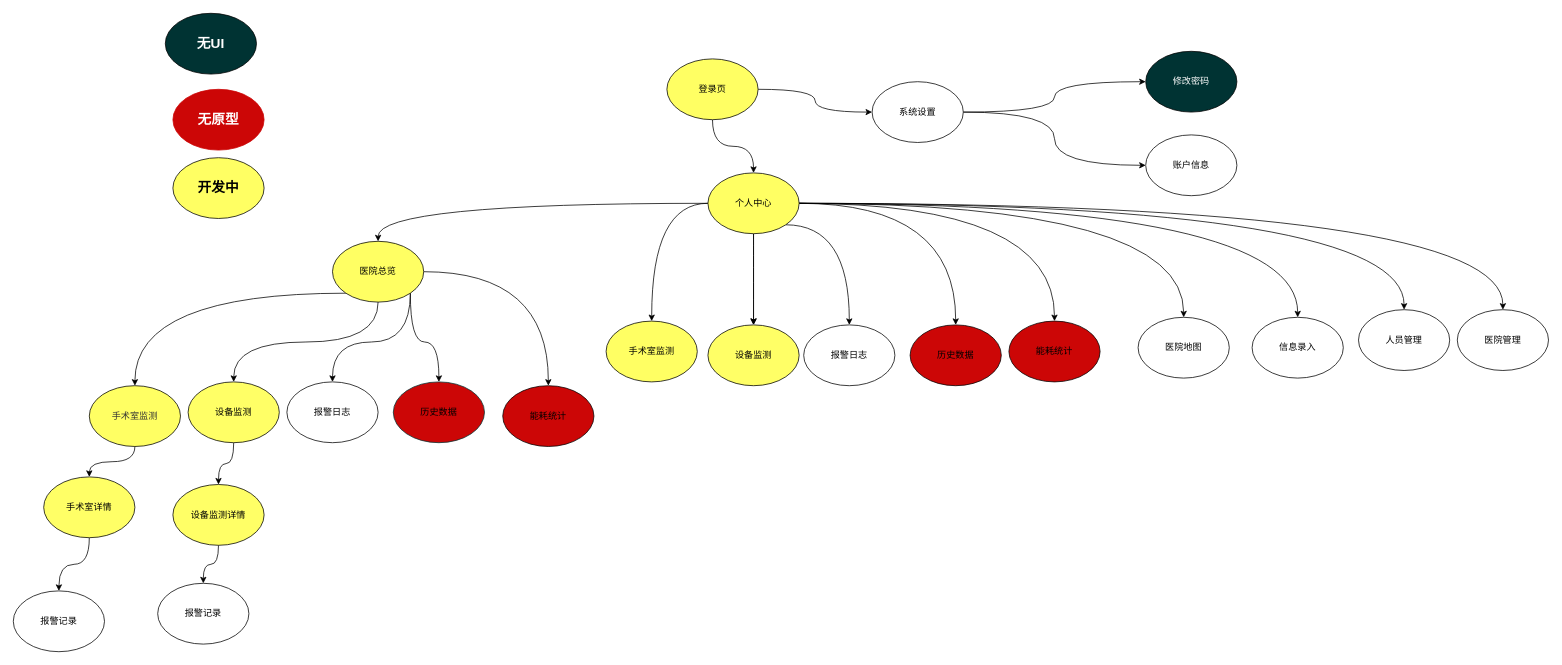
This is 未命名绘图.drawio from linround/2022, a draw.io file, before an edit. Source tidied: cells renumbered, new cells numbered last; positions are measured from the earlier drawing's top-left corner, leaving out a move shared by most shapes. Both pictures are drawn from the tidied source at 76%, with x=0, y=0 at pixel (13, 13).
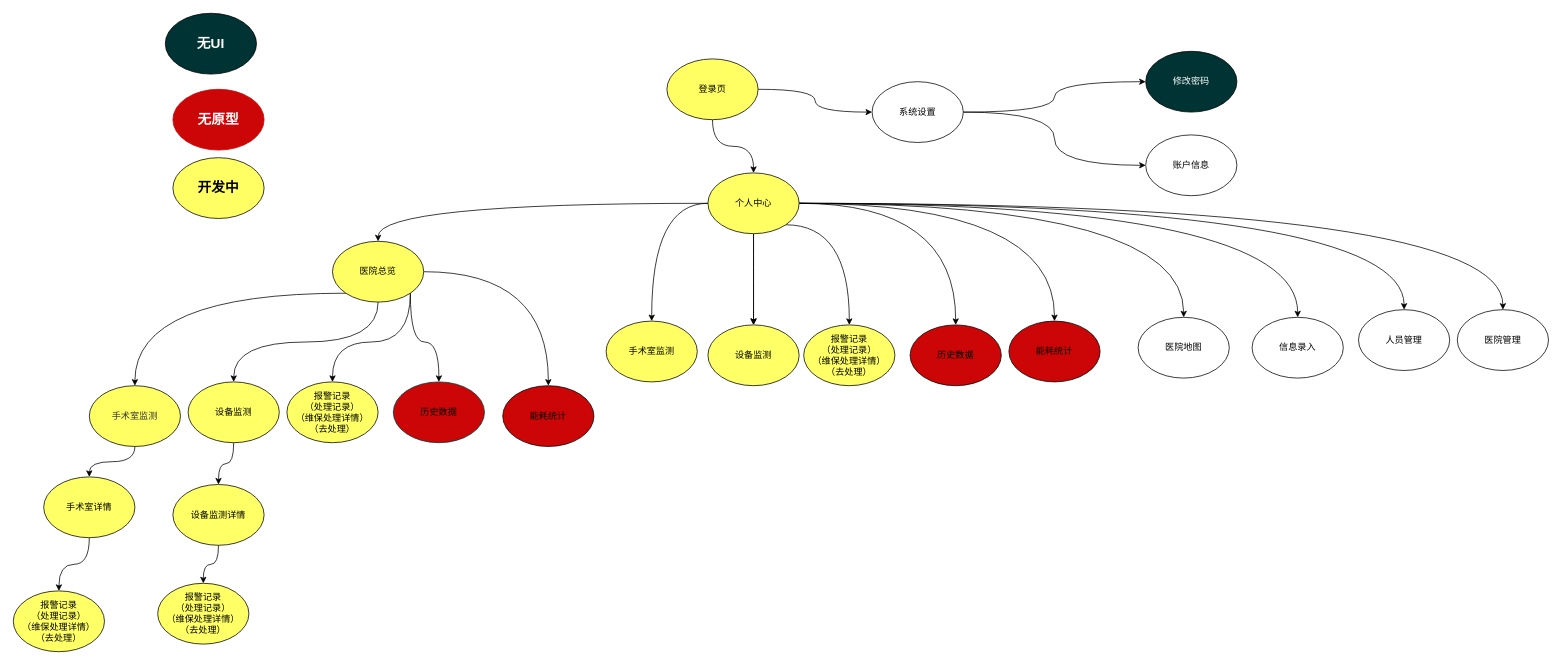
After the change.

Commit message:
更新未命名绘图.drawio

What changed in the source:
```diff
@@
-    <mxCell id="25" value="报警日志" style="ellipse;whiteSpace=wrap;html=1;fillColor=default;" parent="1" vertex="1">
+    <mxCell id="25" value="报警记录&lt;br&gt;（处理记录）&lt;br&gt;（维保处理详情）&lt;br&gt;（去处理）" style="ellipse;whiteSpace=wrap;html=1;fillColor=#FFFF66;" parent="1" vertex="1">
       <mxGeometry x="360" y="485" width="120" height="80" as="geometry" />
     </mxCell>
@@
-    <mxCell id="30" value="报警记录" style="ellipse;whiteSpace=wrap;html=1;" parent="1" vertex="1">
+    <mxCell id="30" value="报警记录&lt;br&gt;（处理记录）&lt;br&gt;（维保处理详情）&lt;br&gt;（去处理）" style="ellipse;whiteSpace=wrap;html=1;fillColor=#FFFF66;" parent="1" vertex="1">
       <mxGeometry y="760" width="120" height="80" as="geometry" />
     </mxCell>
@@
-    <mxCell id="33" value="报警记录" style="ellipse;whiteSpace=wrap;html=1;" parent="1" vertex="1">
+    <mxCell id="33" value="报警记录&lt;br&gt;（处理记录）&lt;br&gt;（维保处理详情）&lt;br&gt;（去处理）" style="ellipse;whiteSpace=wrap;html=1;fillColor=#FFFF66;" parent="1" vertex="1">
       <mxGeometry x="190" y="750" width="120" height="80" as="geometry" />
     </mxCell>
@@
-    <mxCell id="36" value="报警日志" style="ellipse;whiteSpace=wrap;html=1;" parent="1" vertex="1">
+    <mxCell id="36" value="报警记录&lt;br&gt;（处理记录）&lt;br&gt;（维保处理详情）&lt;br&gt;（去处理）" style="ellipse;whiteSpace=wrap;html=1;fillColor=#FFFF66;" parent="1" vertex="1">
       <mxGeometry x="1040" y="410" width="120" height="80" as="geometry" />
     </mxCell>
```
